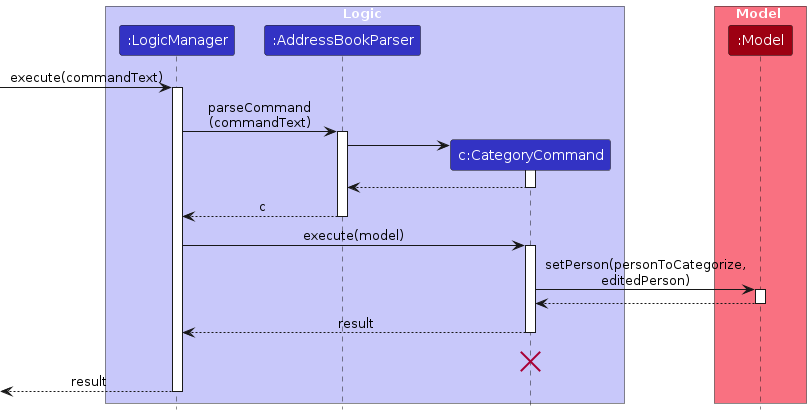
The PlantUML diagram diagrams/CategorySequenceDiagram-Logic.png in AY2627S1-CS2103T-F12-2/tp, before a commit. Its source is kept beside it as diagrams/CategorySequenceDiagram-Logic.puml.
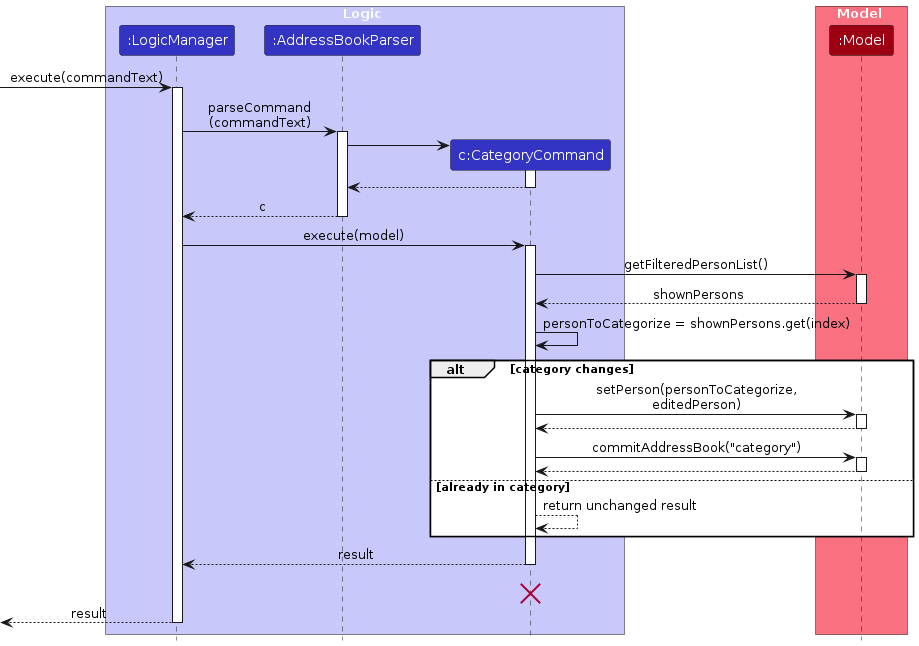
The same file after the commit.

Change to the diagram source:
```diff
@@ -31,10 +31,25 @@
 LogicManager -> CategoryCommand : execute(model)
 activate CategoryCommand
 
-CategoryCommand -> Model : setPerson(personToCategorize,\neditedPerson)
+CategoryCommand -> Model : getFilteredPersonList()
 activate Model
-Model --> CategoryCommand
+Model --> CategoryCommand : shownPersons
 deactivate Model
+
+CategoryCommand -> CategoryCommand : personToCategorize = shownPersons.get(index)
+alt category changes
+    CategoryCommand -> Model : setPerson(personToCategorize,\neditedPerson)
+    activate Model
+    Model --> CategoryCommand
+    deactivate Model
+
+    CategoryCommand -> Model : commitAddressBook("category")
+    activate Model
+    Model --> CategoryCommand
+    deactivate Model
+else already in category
+    CategoryCommand --> CategoryCommand : return unchanged result
+end
 
 CategoryCommand --> LogicManager : result
 deactivate CategoryCommand
```
